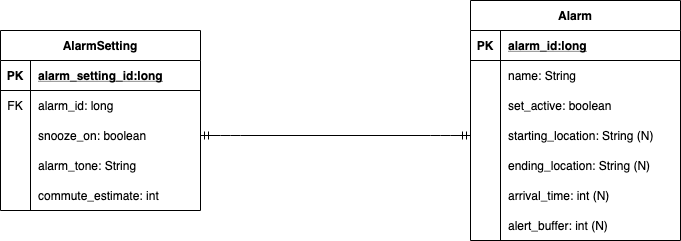
Before: docs/img/erd.png, a diagram exported from draw.io (pcutter1/true-alarm). Source tidied: cells renumbered, new cells last; positions are measured from the earlier drawing's top-left corner, leaving out a move shared by most shapes.
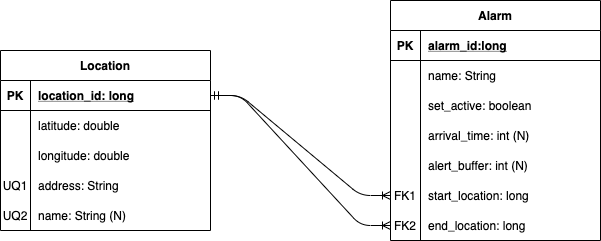
Later version of the same file.

Commit message:
Edited Alarm and Location entities, began Daos

What changed in the source:
```diff
@@ -2,122 +2,125 @@
   <root>
     <mxCell id="0" />
     <mxCell id="1" parent="0" />
-    <mxCell id="2" style="edgeStyle=entityRelationEdgeStyle;fontSize=12;html=1;endArrow=ERmandOne;startArrow=ERmandOne;entryX=0;entryY=0.5;entryDx=0;entryDy=0;exitX=1;exitY=0.5;exitDx=0;exitDy=0;" parent="1" edge="1" source="32" target="13">
-      <mxGeometry relative="1" as="geometry" />
+    <mxCell id="2" value="Alarm" style="shape=table;startSize=30;rowLines=0;fontStyle=1;align=center;" parent="1" vertex="1">
+      <mxGeometry x="470" width="210" height="240" as="geometry" />
     </mxCell>
-    <mxCell id="3" value="Alarm" style="shape=table;startSize=30;rowLines=0;fontStyle=1;align=center;" parent="1" vertex="1">
-      <mxGeometry x="470" width="210" height="240" as="geometry" />
+    <mxCell id="3" style="shape=partialRectangle;fillColor=none;top=0;left=0;bottom=1;right=0;" parent="2" vertex="1">
+      <mxGeometry y="30" width="210" height="30" as="geometry" />
     </mxCell>
-    <mxCell id="4" style="shape=partialRectangle;fillColor=none;top=0;left=0;bottom=1;right=0;" parent="3" vertex="1">
-      <mxGeometry y="30" width="210" height="30" as="geometry" />
+    <mxCell id="4" value="PK" style="shape=partialRectangle;fillColor=none;top=0;left=0;bottom=0;right=0;fontStyle=1;overflow=hidden;" parent="3" vertex="1">
+      <mxGeometry width="30" height="30" as="geometry" />
     </mxCell>
-    <mxCell id="5" value="PK" style="shape=partialRectangle;fillColor=none;top=0;left=0;bottom=0;right=0;fontStyle=1;overflow=hidden;" parent="4" vertex="1">
-      <mxGeometry width="30" height="30" as="geometry" />
+    <mxCell id="5" value="alarm_id:long" style="shape=partialRectangle;fillColor=none;top=0;left=0;bottom=0;right=0;align=left;spacingLeft=6;fontStyle=5;overflow=hidden;" parent="3" vertex="1">
+      <mxGeometry x="30" width="180" height="30" as="geometry" />
     </mxCell>
-    <mxCell id="6" value="alarm_id:long" style="shape=partialRectangle;fillColor=none;top=0;left=0;bottom=0;right=0;align=left;spacingLeft=6;fontStyle=5;overflow=hidden;" parent="4" vertex="1">
-      <mxGeometry x="30" width="180" height="30" as="geometry" />
+    <mxCell id="6" style="shape=partialRectangle;fillColor=none;top=0;left=0;bottom=0;right=0;" parent="2" vertex="1">
+      <mxGeometry y="60" width="210" height="30" as="geometry" />
     </mxCell>
-    <mxCell id="7" style="shape=partialRectangle;fillColor=none;top=0;left=0;bottom=0;right=0;" parent="3" vertex="1">
-      <mxGeometry y="60" width="210" height="30" as="geometry" />
+    <mxCell id="7" style="shape=partialRectangle;fillColor=none;top=0;left=0;bottom=0;right=0;overflow=hidden;" parent="6" vertex="1">
+      <mxGeometry width="30" height="30" as="geometry" />
     </mxCell>
-    <mxCell id="8" style="shape=partialRectangle;fillColor=none;top=0;left=0;bottom=0;right=0;overflow=hidden;" parent="7" vertex="1">
-      <mxGeometry width="30" height="30" as="geometry" />
+    <mxCell id="8" value="name: String" style="shape=partialRectangle;fillColor=none;top=0;left=0;bottom=0;right=0;align=left;spacingLeft=6;overflow=hidden;" parent="6" vertex="1">
+      <mxGeometry x="30" width="180" height="30" as="geometry" />
     </mxCell>
-    <mxCell id="9" value="name: String" style="shape=partialRectangle;fillColor=none;top=0;left=0;bottom=0;right=0;align=left;spacingLeft=6;overflow=hidden;" parent="7" vertex="1">
-      <mxGeometry x="30" width="180" height="30" as="geometry" />
+    <mxCell id="9" style="shape=partialRectangle;fillColor=none;top=0;left=0;bottom=0;right=0;" parent="2" vertex="1">
+      <mxGeometry y="90" width="210" height="30" as="geometry" />
     </mxCell>
-    <mxCell id="10" style="shape=partialRectangle;fillColor=none;top=0;left=0;bottom=0;right=0;" parent="3" vertex="1">
-      <mxGeometry y="90" width="210" height="30" as="geometry" />
+    <mxCell id="10" style="shape=partialRectangle;fillColor=none;top=0;left=0;bottom=0;right=0;overflow=hidden;" parent="9" vertex="1">
+      <mxGeometry width="30" height="30" as="geometry" />
     </mxCell>
-    <mxCell id="11" style="shape=partialRectangle;fillColor=none;top=0;left=0;bottom=0;right=0;overflow=hidden;" parent="10" vertex="1">
-      <mxGeometry width="30" height="30" as="geometry" />
+    <mxCell id="11" value="set_active: boolean" style="shape=partialRectangle;fillColor=none;top=0;left=0;bottom=0;right=0;align=left;spacingLeft=6;overflow=hidden;" parent="9" vertex="1">
+      <mxGeometry x="30" width="180" height="30" as="geometry" />
     </mxCell>
-    <mxCell id="12" value="set_active: boolean" style="shape=partialRectangle;fillColor=none;top=0;left=0;bottom=0;right=0;align=left;spacingLeft=6;overflow=hidden;" parent="10" vertex="1">
-      <mxGeometry x="30" width="180" height="30" as="geometry" />
+    <mxCell id="12" style="shape=partialRectangle;fillColor=none;top=0;left=0;bottom=0;right=0;" parent="2" vertex="1">
+      <mxGeometry y="120" width="210" height="30" as="geometry" />
     </mxCell>
-    <mxCell id="13" style="shape=partialRectangle;fillColor=none;top=0;left=0;bottom=0;right=0;points=[[0,0.5],[1,0.5]];portConstraint=eastwest;" parent="3" vertex="1">
-      <mxGeometry y="120" width="210" height="30" as="geometry" />
+    <mxCell id="13" style="shape=partialRectangle;fillColor=none;top=0;left=0;bottom=0;right=0;overflow=hidden;" parent="12" vertex="1">
+      <mxGeometry width="30" height="30" as="geometry" />
     </mxCell>
-    <mxCell id="14" style="shape=partialRectangle;fillColor=none;top=0;left=0;bottom=0;right=0;overflow=hidden;" parent="13" vertex="1">
-      <mxGeometry width="30" height="30" as="geometry" />
+    <mxCell id="14" value="arrival_time: int (N)" style="shape=partialRectangle;fillColor=none;top=0;left=0;bottom=0;right=0;align=left;spacingLeft=6;overflow=hidden;" parent="12" vertex="1">
+      <mxGeometry x="30" width="180" height="30" as="geometry" />
     </mxCell>
-    <mxCell id="15" value="starting_location: String (N)" style="shape=partialRectangle;fillColor=none;top=0;left=0;bottom=0;right=0;align=left;spacingLeft=6;overflow=hidden;" parent="13" vertex="1">
-      <mxGeometry x="30" width="180" height="30" as="geometry" />
+    <mxCell id="15" style="shape=partialRectangle;fillColor=none;top=0;left=0;bottom=0;right=0;" parent="2" vertex="1">
+      <mxGeometry y="150" width="210" height="30" as="geometry" />
     </mxCell>
-    <mxCell id="16" style="shape=partialRectangle;fillColor=none;top=0;left=0;bottom=0;right=0;" parent="3" vertex="1">
-      <mxGeometry y="150" width="210" height="30" as="geometry" />
+    <mxCell id="16" style="shape=partialRectangle;fillColor=none;top=0;left=0;bottom=0;right=0;overflow=hidden;" parent="15" vertex="1">
+      <mxGeometry width="30" height="30" as="geometry" />
     </mxCell>
-    <mxCell id="17" style="shape=partialRectangle;fillColor=none;top=0;left=0;bottom=0;right=0;overflow=hidden;" parent="16" vertex="1">
-      <mxGeometry width="30" height="30" as="geometry" />
+    <mxCell id="17" value="alert_buffer: int (N)" style="shape=partialRectangle;fillColor=none;top=0;left=0;bottom=0;right=0;align=left;spacingLeft=6;overflow=hidden;" parent="15" vertex="1">
+      <mxGeometry x="30" width="180" height="30" as="geometry" />
     </mxCell>
-    <mxCell id="18" value="ending_location: String (N)" style="shape=partialRectangle;fillColor=none;top=0;left=0;bottom=0;right=0;align=left;spacingLeft=6;overflow=hidden;" parent="16" vertex="1">
-      <mxGeometry x="30" width="180" height="30" as="geometry" />
+    <mxCell id="18" style="shape=partialRectangle;fillColor=none;top=0;left=0;bottom=0;right=0;points=[[0,0.5],[1,0.5]];portConstraint=eastwest;" parent="2" vertex="1">
+      <mxGeometry y="180" width="210" height="30" as="geometry" />
     </mxCell>
-    <mxCell id="19" style="shape=partialRectangle;fillColor=none;top=0;left=0;bottom=0;right=0;" parent="3" vertex="1">
-      <mxGeometry y="180" width="210" height="30" as="geometry" />
+    <mxCell id="19" value="FK1" style="shape=partialRectangle;fillColor=none;top=0;left=0;bottom=0;right=0;overflow=hidden;" parent="18" vertex="1">
+      <mxGeometry width="30" height="30" as="geometry" />
     </mxCell>
-    <mxCell id="20" style="shape=partialRectangle;fillColor=none;top=0;left=0;bottom=0;right=0;overflow=hidden;" parent="19" vertex="1">
-      <mxGeometry width="30" height="30" as="geometry" />
+    <mxCell id="20" value="start_location: long" style="shape=partialRectangle;fillColor=none;top=0;left=0;bottom=0;right=0;align=left;spacingLeft=6;overflow=hidden;" parent="18" vertex="1">
+      <mxGeometry x="30" width="180" height="30" as="geometry" />
     </mxCell>
-    <mxCell id="21" value="arrival_time: int (N)" style="shape=partialRectangle;fillColor=none;top=0;left=0;bottom=0;right=0;align=left;spacingLeft=6;overflow=hidden;" parent="19" vertex="1">
-      <mxGeometry x="30" width="180" height="30" as="geometry" />
+    <mxCell id="21" style="shape=partialRectangle;fillColor=none;top=0;left=0;bottom=0;right=0;points=[[0,0.5],[1,0.5]];portConstraint=eastwest;" parent="2" vertex="1">
+      <mxGeometry y="210" width="210" height="30" as="geometry" />
     </mxCell>
-    <mxCell id="22" style="shape=partialRectangle;fillColor=none;top=0;left=0;bottom=0;right=0;" parent="3" vertex="1">
-      <mxGeometry y="210" width="210" height="30" as="geometry" />
+    <mxCell id="22" value="FK2" style="shape=partialRectangle;fillColor=none;top=0;left=0;bottom=0;right=0;overflow=hidden;" parent="21" vertex="1">
+      <mxGeometry width="30" height="30" as="geometry" />
     </mxCell>
-    <mxCell id="23" style="shape=partialRectangle;fillColor=none;top=0;left=0;bottom=0;right=0;overflow=hidden;" parent="22" vertex="1">
-      <mxGeometry width="30" height="30" as="geometry" />
+    <mxCell id="23" value="end_location: long" style="shape=partialRectangle;fillColor=none;top=0;left=0;bottom=0;right=0;align=left;spacingLeft=6;overflow=hidden;" parent="21" vertex="1">
+      <mxGeometry x="30" width="180" height="30" as="geometry" />
     </mxCell>
-    <mxCell id="24" value="alert_buffer: int (N)" style="shape=partialRectangle;fillColor=none;top=0;left=0;bottom=0;right=0;align=left;spacingLeft=6;overflow=hidden;" parent="22" vertex="1">
-      <mxGeometry x="30" width="180" height="30" as="geometry" />
+    <mxCell id="24" value="Location" style="shape=table;startSize=30;rowLines=0;fontStyle=1;align=center;" parent="1" vertex="1">
+      <mxGeometry x="80" y="50" width="210" height="180" as="geometry" />
     </mxCell>
-    <mxCell id="25" value="AlarmSetting" style="shape=table;startSize=30;rowLines=0;fontStyle=1;align=center;" parent="1" vertex="1">
-      <mxGeometry y="30" width="200" height="180" as="geometry" />
+    <mxCell id="25" style="shape=partialRectangle;fillColor=none;top=0;left=0;bottom=1;right=0;points=[[0,0.5],[1,0.5]];portConstraint=eastwest;" parent="24" vertex="1">
+      <mxGeometry y="30" width="210" height="30" as="geometry" />
     </mxCell>
-    <mxCell id="26" style="shape=partialRectangle;fillColor=none;top=0;left=0;bottom=1;right=0;" parent="25" vertex="1">
-      <mxGeometry y="30" width="200" height="30" as="geometry" />
+    <mxCell id="26" value="PK" style="shape=partialRectangle;fillColor=none;top=0;left=0;bottom=0;right=0;fontStyle=1;overflow=hidden;" parent="25" vertex="1">
+      <mxGeometry width="30" height="30" as="geometry" />
     </mxCell>
-    <mxCell id="27" value="PK" style="shape=partialRectangle;fillColor=none;top=0;left=0;bottom=0;right=0;fontStyle=1;overflow=hidden;" parent="26" vertex="1">
-      <mxGeometry width="30" height="30" as="geometry" />
+    <mxCell id="27" value="location_id: long" style="shape=partialRectangle;fillColor=none;top=0;left=0;bottom=0;right=0;align=left;spacingLeft=6;fontStyle=5;overflow=hidden;" parent="25" vertex="1">
+      <mxGeometry x="30" width="180" height="30" as="geometry" />
     </mxCell>
-    <mxCell id="28" value="alarm_setting_id:long" style="shape=partialRectangle;fillColor=none;top=0;left=0;bottom=0;right=0;align=left;spacingLeft=6;fontStyle=5;overflow=hidden;" parent="26" vertex="1">
-      <mxGeometry x="30" width="170" height="30" as="geometry" />
+    <mxCell id="28" style="shape=partialRectangle;fillColor=none;top=0;left=0;bottom=0;right=0;" parent="24" vertex="1">
+      <mxGeometry y="60" width="210" height="30" as="geometry" />
     </mxCell>
-    <mxCell id="29" style="shape=partialRectangle;fillColor=none;top=0;left=0;bottom=0;right=0;" parent="25" vertex="1">
-      <mxGeometry y="60" width="200" height="30" as="geometry" />
+    <mxCell id="29" style="shape=partialRectangle;fillColor=none;top=0;left=0;bottom=0;right=0;overflow=hidden;" parent="28" vertex="1">
+      <mxGeometry width="30" height="30" as="geometry" />
     </mxCell>
-    <mxCell id="30" value="FK" style="shape=partialRectangle;fillColor=none;top=0;left=0;bottom=0;right=0;overflow=hidden;" parent="29" vertex="1">
-      <mxGeometry width="30" height="30" as="geometry" />
+    <mxCell id="30" value="latitude: double" style="shape=partialRectangle;fillColor=none;top=0;left=0;bottom=0;right=0;align=left;spacingLeft=6;overflow=hidden;" parent="28" vertex="1">
+      <mxGeometry x="30" width="180" height="30" as="geometry" />
     </mxCell>
-    <mxCell id="31" value="alarm_id: long" style="shape=partialRectangle;fillColor=none;top=0;left=0;bottom=0;right=0;align=left;spacingLeft=6;overflow=hidden;" parent="29" vertex="1">
-      <mxGeometry x="30" width="170" height="30" as="geometry" />
+    <mxCell id="31" style="shape=partialRectangle;fillColor=none;top=0;left=0;bottom=0;right=0;" parent="24" vertex="1">
+      <mxGeometry y="90" width="210" height="30" as="geometry" />
     </mxCell>
-    <mxCell id="32" style="shape=partialRectangle;fillColor=none;top=0;left=0;bottom=0;right=0;points=[[0,0.5],[1,0.5]];portConstraint=eastwest;" parent="25" vertex="1">
-      <mxGeometry y="90" width="200" height="30" as="geometry" />
+    <mxCell id="32" style="shape=partialRectangle;fillColor=none;top=0;left=0;bottom=0;right=0;overflow=hidden;" parent="31" vertex="1">
+      <mxGeometry width="30" height="30" as="geometry" />
     </mxCell>
-    <mxCell id="33" style="shape=partialRectangle;fillColor=none;top=0;left=0;bottom=0;right=0;overflow=hidden;" parent="32" vertex="1">
-      <mxGeometry width="30" height="30" as="geometry" />
+    <mxCell id="33" value="longitude: double" style="shape=partialRectangle;fillColor=none;top=0;left=0;bottom=0;right=0;align=left;spacingLeft=6;overflow=hidden;" parent="31" vertex="1">
+      <mxGeometry x="30" width="180" height="30" as="geometry" />
     </mxCell>
-    <mxCell id="34" value="snooze_on: boolean" style="shape=partialRectangle;fillColor=none;top=0;left=0;bottom=0;right=0;align=left;spacingLeft=6;overflow=hidden;" parent="32" vertex="1">
-      <mxGeometry x="30" width="170" height="30" as="geometry" />
+    <mxCell id="34" style="shape=partialRectangle;fillColor=none;top=0;left=0;bottom=0;right=0;" parent="24" vertex="1">
+      <mxGeometry y="120" width="210" height="30" as="geometry" />
     </mxCell>
-    <mxCell id="35" style="shape=partialRectangle;fillColor=none;top=0;left=0;bottom=0;right=0;" parent="25" vertex="1">
-      <mxGeometry y="120" width="200" height="30" as="geometry" />
+    <mxCell id="35" value="UQ1" style="shape=partialRectangle;fillColor=none;top=0;left=0;bottom=0;right=0;overflow=hidden;" parent="34" vertex="1">
+      <mxGeometry width="30" height="30" as="geometry" />
     </mxCell>
-    <mxCell id="36" style="shape=partialRectangle;fillColor=none;top=0;left=0;bottom=0;right=0;overflow=hidden;" parent="35" vertex="1">
-      <mxGeometry width="30" height="30" as="geometry" />
+    <mxCell id="36" value="address: String" style="shape=partialRectangle;fillColor=none;top=0;left=0;bottom=0;right=0;align=left;spacingLeft=6;overflow=hidden;" parent="34" vertex="1">
+      <mxGeometry x="30" width="180" height="30" as="geometry" />
     </mxCell>
-    <mxCell id="37" value="alarm_tone: String" style="shape=partialRectangle;fillColor=none;top=0;left=0;bottom=0;right=0;align=left;spacingLeft=6;overflow=hidden;" parent="35" vertex="1">
-      <mxGeometry x="30" width="170" height="30" as="geometry" />
+    <mxCell id="37" style="shape=partialRectangle;fillColor=none;top=0;left=0;bottom=0;right=0;" parent="24" vertex="1">
+      <mxGeometry y="150" width="210" height="30" as="geometry" />
     </mxCell>
-    <mxCell id="38" style="shape=partialRectangle;fillColor=none;top=0;left=0;bottom=0;right=0;" parent="25" vertex="1">
-      <mxGeometry y="150" width="200" height="30" as="geometry" />
+    <mxCell id="38" value="UQ2" style="shape=partialRectangle;fillColor=none;top=0;left=0;bottom=0;right=0;overflow=hidden;" parent="37" vertex="1">
+      <mxGeometry width="30" height="30" as="geometry" />
     </mxCell>
-    <mxCell id="39" style="shape=partialRectangle;fillColor=none;top=0;left=0;bottom=0;right=0;overflow=hidden;" parent="38" vertex="1">
-      <mxGeometry width="30" height="30" as="geometry" />
+    <mxCell id="39" value="name: String (N)" style="shape=partialRectangle;fillColor=none;top=0;left=0;bottom=0;right=0;align=left;spacingLeft=6;overflow=hidden;" parent="37" vertex="1">
+      <mxGeometry x="30" width="180" height="30" as="geometry" />
     </mxCell>
-    <mxCell id="40" value="commute_estimate: int" style="shape=partialRectangle;fillColor=none;top=0;left=0;bottom=0;right=0;align=left;spacingLeft=6;overflow=hidden;" parent="38" vertex="1">
-      <mxGeometry x="30" width="170" height="30" as="geometry" />
+    <mxCell id="40" style="edgeStyle=entityRelationEdgeStyle;fontSize=12;html=1;endArrow=ERoneToMany;startArrow=ERmandOne;entryX=0;entryY=0.5;entryDx=0;entryDy=0;startFill=0;exitX=1;exitY=0.5;exitDx=0;exitDy=0;" parent="1" edge="1" source="25" target="18">
+      <mxGeometry relative="1" as="geometry" />
     </mxCell>
+    <mxCell id="41" style="edgeStyle=entityRelationEdgeStyle;fontSize=12;html=1;endArrow=ERoneToMany;startArrow=ERmandOne;startFill=0;exitX=1;exitY=0.5;exitDx=0;exitDy=0;" parent="1" edge="1" source="25" target="21">
+      <mxGeometry relative="1" as="geometry" />
+    </mxCell>
   </root>
 </mxGraphModel>
```
